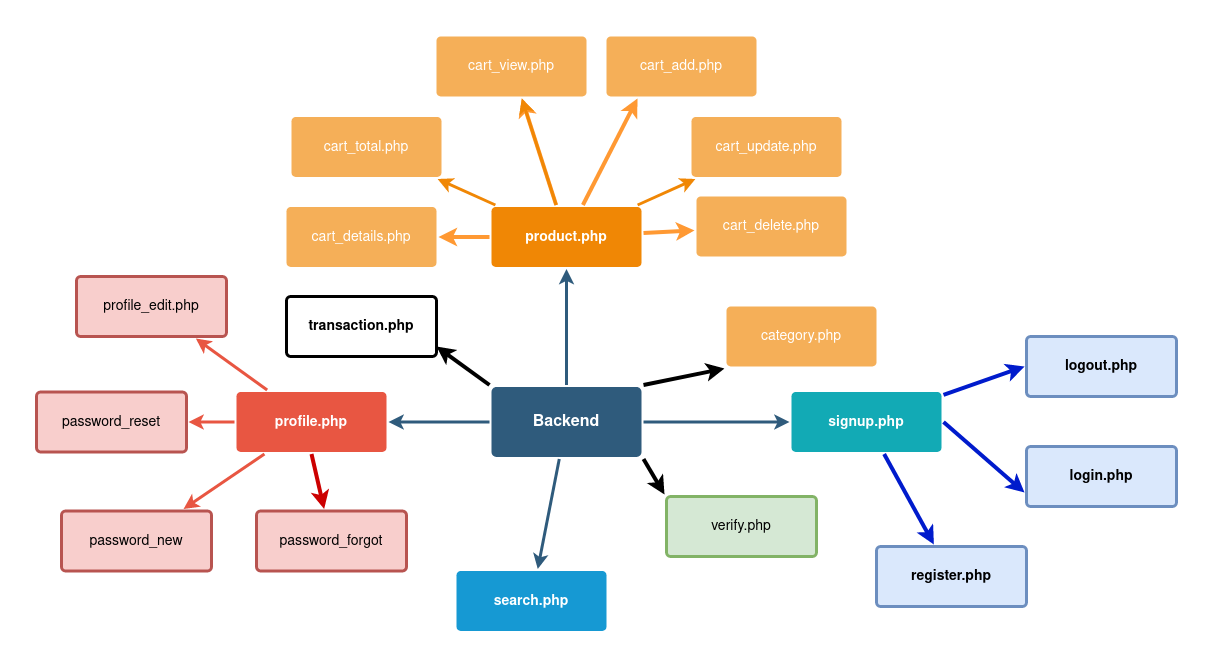
The draw.io diagram Backend.drawio.png in blackmen22/e-commerce-43120, before a commit. Source tidied: cells renumbered, new cells last; positions are measured from the earlier drawing's top-left corner, leaving out a move shared by most shapes.
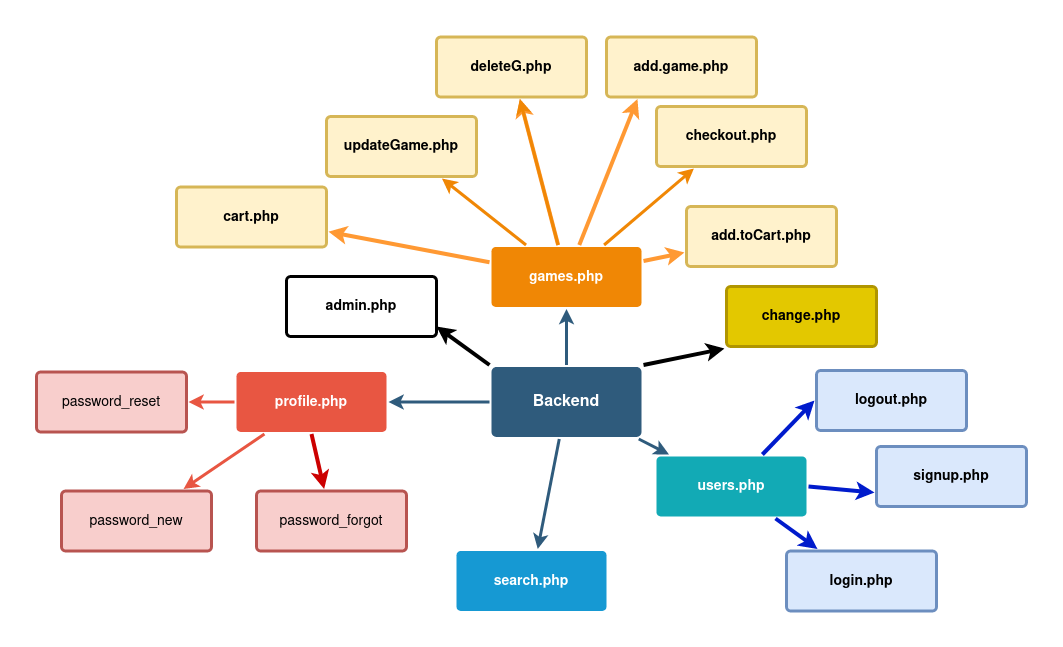
After the commit.

Change to the diagram source:
```diff
@@ -14,9 +14,6 @@
     <mxCell id="5" style="edgeStyle=none;rounded=0;jumpStyle=none;html=1;shadow=0;labelBackgroundColor=none;startArrow=none;startFill=0;endArrow=classic;endFill=1;jettySize=auto;strokeColor=#2F5B7C;strokeWidth=3;fontFamily=Helvetica;fontSize=16;fontColor=#23445D;spacing=5;" parent="1" edge="1" source="9" target="14">
       <mxGeometry relative="1" as="geometry" />
     </mxCell>
-    <mxCell id="6" style="edgeStyle=none;rounded=0;jettySize=auto;html=1;strokeWidth=4;exitX=1;exitY=1;exitDx=0;exitDy=0;entryX=0;entryY=0;entryDx=0;entryDy=0;" parent="1" edge="1" source="9" target="34">
-      <mxGeometry relative="1" as="geometry" />
-    </mxCell>
     <mxCell id="7" style="edgeStyle=none;rounded=0;jettySize=auto;html=1;exitX=1;exitY=0;exitDx=0;exitDy=0;entryX=0;entryY=1;entryDx=0;entryDy=0;strokeWidth=4;" parent="1" edge="1" source="9" target="35">
       <mxGeometry relative="1" as="geometry" />
     </mxCell>
@@ -28,9 +25,6 @@
     <mxCell id="9" value="Backend" style="rounded=1;whiteSpace=wrap;html=1;shadow=0;labelBackgroundColor=none;strokeColor=none;strokeWidth=3;fillColor=#2F5B7C;fontFamily=Helvetica;fontSize=16;fontColor=#FFFFFF;align=center;fontStyle=1;spacing=5;arcSize=7;perimeterSpacing=2;" parent="1" vertex="1">
       <mxGeometry x="455" y="350.5" width="150" height="70" as="geometry" />
     </mxCell>
-    <mxCell id="10" style="edgeStyle=none;rounded=1;jumpStyle=none;html=1;shadow=0;labelBackgroundColor=none;startArrow=none;startFill=0;jettySize=auto;strokeColor=#E85642;strokeWidth=3;fontFamily=Helvetica;fontSize=14;fontColor=#FFFFFF;spacing=5;fontStyle=1;fillColor=#b0e3e6;" parent="1" edge="1" source="14" target="17">
-      <mxGeometry relative="1" as="geometry" />
-    </mxCell>
     <mxCell id="11" style="edgeStyle=none;rounded=1;jumpStyle=none;html=1;shadow=0;labelBackgroundColor=none;startArrow=none;startFill=0;jettySize=auto;strokeColor=#E85642;strokeWidth=3;fontFamily=Helvetica;fontSize=14;fontColor=#FFFFFF;spacing=5;fontStyle=1;fillColor=#b0e3e6;" parent="1" edge="1" source="14" target="16">
       <mxGeometry relative="1" as="geometry" />
     </mxCell>
@@ -49,9 +43,6 @@
     <mxCell id="16" value="password_reset" style="rounded=1;whiteSpace=wrap;html=1;shadow=0;labelBackgroundColor=none;strokeColor=#b85450;strokeWidth=3;fillColor=#f8cecc;fontFamily=Helvetica;fontSize=14;align=center;spacing=5;fontStyle=0;arcSize=7;perimeterSpacing=2;" parent="1" vertex="1">
       <mxGeometry y="355.5" width="150" height="60" as="geometry" />
     </mxCell>
-    <mxCell id="17" value="profile_edit.php" style="rounded=1;whiteSpace=wrap;html=1;shadow=0;labelBackgroundColor=none;strokeColor=#b85450;strokeWidth=3;fillColor=#f8cecc;fontFamily=Helvetica;fontSize=14;align=center;spacing=5;fontStyle=0;arcSize=7;perimeterSpacing=2;" parent="1" vertex="1">
-      <mxGeometry x="40" y="240" width="150" height="60" as="geometry" />
-    </mxCell>
     <mxCell id="18" value="search.php" style="rounded=1;whiteSpace=wrap;html=1;shadow=0;labelBackgroundColor=none;strokeColor=none;strokeWidth=3;fillColor=#1699d3;fontFamily=Helvetica;fontSize=14;fontColor=#FFFFFF;align=center;spacing=5;fontStyle=1;arcSize=7;perimeterSpacing=2;" parent="1" vertex="1">
       <mxGeometry x="420" y="534.5" width="150" height="60" as="geometry" />
     </mxCell>
@@ -67,23 +58,23 @@
     <mxCell id="22" style="edgeStyle=none;rounded=0;jettySize=auto;html=1;entryX=0.214;entryY=1;entryDx=0;entryDy=0;entryPerimeter=0;strokeColor=#FF9933;strokeWidth=4;" parent="1" edge="1" source="23" target="41">
       <mxGeometry relative="1" as="geometry" />
     </mxCell>
-    <mxCell id="23" value="product.php" style="rounded=1;whiteSpace=wrap;html=1;shadow=0;labelBackgroundColor=none;strokeColor=none;strokeWidth=3;fillColor=#F08705;fontFamily=Helvetica;fontSize=14;fontColor=#FFFFFF;align=center;spacing=5;fontStyle=1;arcSize=7;perimeterSpacing=2;" parent="1" vertex="1">
-      <mxGeometry x="455" y="170.5" width="150" height="60" as="geometry" />
+    <mxCell id="23" value="games.php" style="rounded=1;whiteSpace=wrap;html=1;shadow=0;labelBackgroundColor=none;strokeColor=none;strokeWidth=3;fillColor=#F08705;fontFamily=Helvetica;fontSize=14;fontColor=#FFFFFF;align=center;spacing=5;fontStyle=1;arcSize=7;perimeterSpacing=2;" parent="1" vertex="1">
+      <mxGeometry x="455" y="230.5" width="150" height="60" as="geometry" />
     </mxCell>
-    <mxCell id="24" value="cart_update.php" style="rounded=1;whiteSpace=wrap;html=1;shadow=0;labelBackgroundColor=none;strokeColor=none;strokeWidth=3;fillColor=#f5af58;fontFamily=Helvetica;fontSize=14;fontColor=#FFFFFF;align=center;spacing=5;arcSize=7;perimeterSpacing=2;" parent="1" vertex="1">
-      <mxGeometry x="655" y="80.5" width="150" height="60" as="geometry" />
+    <mxCell id="24" value="&lt;b&gt;checkout.php&lt;/b&gt;" style="rounded=1;whiteSpace=wrap;html=1;shadow=0;labelBackgroundColor=none;strokeColor=#d6b656;strokeWidth=3;fillColor=#fff2cc;fontFamily=Helvetica;fontSize=14;align=center;spacing=5;arcSize=7;perimeterSpacing=2;" parent="1" vertex="1">
+      <mxGeometry x="620" y="90" width="150" height="60" as="geometry" />
     </mxCell>
     <mxCell id="25" style="edgeStyle=none;rounded=0;jumpStyle=none;html=1;shadow=0;labelBackgroundColor=none;startArrow=none;startFill=0;endArrow=classic;endFill=1;jettySize=auto;strokeColor=#F08705;strokeWidth=3;fontFamily=Helvetica;fontSize=14;fontColor=#FFFFFF;spacing=5;" parent="1" edge="1" source="23" target="24">
       <mxGeometry relative="1" as="geometry" />
     </mxCell>
-    <mxCell id="26" value="cart_view.php" style="rounded=1;whiteSpace=wrap;html=1;shadow=0;labelBackgroundColor=none;strokeColor=none;strokeWidth=3;fillColor=#f5af58;fontFamily=Helvetica;fontSize=14;fontColor=#FFFFFF;align=center;spacing=5;arcSize=7;perimeterSpacing=2;" parent="1" vertex="1">
-      <mxGeometry x="400" width="150" height="60" as="geometry" />
+    <mxCell id="26" value="&lt;b&gt;deleteG.php&lt;/b&gt;" style="rounded=1;whiteSpace=wrap;html=1;shadow=0;labelBackgroundColor=none;strokeColor=#d6b656;strokeWidth=3;fillColor=#fff2cc;fontFamily=Helvetica;fontSize=14;align=center;spacing=5;arcSize=7;perimeterSpacing=2;" parent="1" vertex="1">
+      <mxGeometry x="400" y="20.5" width="150" height="60" as="geometry" />
     </mxCell>
     <mxCell id="27" style="edgeStyle=none;rounded=0;jumpStyle=none;html=1;shadow=0;labelBackgroundColor=none;startArrow=none;startFill=0;endArrow=classic;endFill=1;jettySize=auto;strokeColor=#F08705;strokeWidth=3;fontFamily=Helvetica;fontSize=14;fontColor=#FFFFFF;spacing=5;" parent="1" edge="1" source="23" target="26">
       <mxGeometry relative="1" as="geometry" />
     </mxCell>
-    <mxCell id="28" value="cart_total.php" style="rounded=1;whiteSpace=wrap;html=1;shadow=0;labelBackgroundColor=none;strokeColor=none;strokeWidth=3;fillColor=#f5af58;fontFamily=Helvetica;fontSize=14;fontColor=#FFFFFF;align=center;spacing=5;arcSize=7;perimeterSpacing=2;" parent="1" vertex="1">
-      <mxGeometry x="255" y="80.5" width="150" height="60" as="geometry" />
+    <mxCell id="28" value="&lt;b&gt;updateGame.php&lt;/b&gt;" style="rounded=1;whiteSpace=wrap;html=1;shadow=0;labelBackgroundColor=none;strokeColor=#d6b656;strokeWidth=3;fillColor=#fff2cc;fontFamily=Helvetica;fontSize=14;align=center;spacing=5;arcSize=7;perimeterSpacing=2;" parent="1" vertex="1">
+      <mxGeometry x="290" y="100" width="150" height="60" as="geometry" />
     </mxCell>
     <mxCell id="29" style="edgeStyle=none;rounded=0;jumpStyle=none;html=1;shadow=0;labelBackgroundColor=none;startArrow=none;startFill=0;endArrow=classic;endFill=1;jettySize=auto;strokeColor=#F08705;strokeWidth=3;fontFamily=Helvetica;fontSize=14;fontColor=#FFFFFF;spacing=5;" parent="1" edge="1" source="23" target="28">
       <mxGeometry relative="1" as="geometry" />
@@ -97,37 +88,34 @@
     <mxCell id="32" style="edgeStyle=none;rounded=0;jettySize=auto;html=1;strokeColor=#001BCC;strokeWidth=4;" parent="1" edge="1" source="33" target="42">
       <mxGeometry relative="1" as="geometry" />
     </mxCell>
-    <mxCell id="33" value="signup.php" style="rounded=1;whiteSpace=wrap;html=1;shadow=0;labelBackgroundColor=none;strokeColor=none;strokeWidth=3;fillColor=#12aab5;fontFamily=Helvetica;fontSize=14;fontColor=#FFFFFF;align=center;spacing=5;fontStyle=1;arcSize=7;perimeterSpacing=2;" parent="1" vertex="1">
-      <mxGeometry x="755" y="355.5" width="150" height="60" as="geometry" />
+    <mxCell id="33" value="users.php" style="rounded=1;whiteSpace=wrap;html=1;shadow=0;labelBackgroundColor=none;strokeColor=none;strokeWidth=3;fillColor=#12aab5;fontFamily=Helvetica;fontSize=14;fontColor=#FFFFFF;align=center;spacing=5;fontStyle=1;arcSize=7;perimeterSpacing=2;" parent="1" vertex="1">
+      <mxGeometry x="620" y="440" width="150" height="60" as="geometry" />
     </mxCell>
-    <mxCell id="34" value="verify.php" style="rounded=1;whiteSpace=wrap;html=1;shadow=0;labelBackgroundColor=none;strokeColor=#82b366;strokeWidth=3;fillColor=#d5e8d4;fontFamily=Helvetica;fontSize=14;align=center;spacing=5;fontStyle=0;arcSize=7;perimeterSpacing=2;" parent="1" vertex="1">
-      <mxGeometry x="630" y="460" width="150" height="60" as="geometry" />
-    </mxCell>
-    <mxCell id="35" value="category.php" style="rounded=1;whiteSpace=wrap;html=1;shadow=0;labelBackgroundColor=none;strokeColor=none;strokeWidth=3;fillColor=#f5af58;fontFamily=Helvetica;fontSize=14;fontColor=#FFFFFF;align=center;spacing=5;arcSize=7;perimeterSpacing=2;" parent="1" vertex="1">
+    <mxCell id="35" value="&lt;b&gt;change.php&lt;/b&gt;" style="rounded=1;whiteSpace=wrap;html=1;shadow=0;labelBackgroundColor=none;strokeWidth=3;fontFamily=Helvetica;fontSize=14;align=center;spacing=5;arcSize=7;perimeterSpacing=2;fillColor=#e3c800;fontColor=#000000;strokeColor=#B09500;" parent="1" vertex="1">
       <mxGeometry x="690" y="270" width="150" height="60" as="geometry" />
     </mxCell>
     <mxCell id="36" value="password_forgot" style="rounded=1;whiteSpace=wrap;html=1;shadow=0;labelBackgroundColor=none;strokeColor=#b85450;strokeWidth=3;fillColor=#f8cecc;fontFamily=Helvetica;fontSize=14;align=center;spacing=5;arcSize=7;perimeterSpacing=2;" parent="1" vertex="1">
       <mxGeometry x="220" y="474.5" width="150" height="60" as="geometry" />
     </mxCell>
-    <mxCell id="37" value="login.php" style="rounded=1;whiteSpace=wrap;html=1;shadow=0;labelBackgroundColor=none;strokeColor=#6c8ebf;strokeWidth=3;fillColor=#dae8fc;fontFamily=Helvetica;fontSize=14;align=center;spacing=5;fontStyle=1;arcSize=7;perimeterSpacing=2;" parent="1" vertex="1">
-      <mxGeometry x="990" y="410" width="150" height="60" as="geometry" />
+    <mxCell id="37" value="signup.php" style="rounded=1;whiteSpace=wrap;html=1;shadow=0;labelBackgroundColor=none;strokeColor=#6c8ebf;strokeWidth=3;fillColor=#dae8fc;fontFamily=Helvetica;fontSize=14;align=center;spacing=5;fontStyle=1;arcSize=7;perimeterSpacing=2;" parent="1" vertex="1">
+      <mxGeometry x="840" y="430" width="150" height="60" as="geometry" />
     </mxCell>
     <mxCell id="38" value="logout.php" style="rounded=1;whiteSpace=wrap;html=1;shadow=0;labelBackgroundColor=none;strokeColor=#6c8ebf;strokeWidth=3;fillColor=#dae8fc;fontFamily=Helvetica;fontSize=14;align=center;spacing=5;fontStyle=1;arcSize=7;perimeterSpacing=2;" parent="1" vertex="1">
-      <mxGeometry x="990" y="300" width="150" height="60" as="geometry" />
+      <mxGeometry x="780" y="354" width="150" height="60" as="geometry" />
     </mxCell>
-    <mxCell id="39" value="cart_details.php" style="rounded=1;whiteSpace=wrap;html=1;shadow=0;labelBackgroundColor=none;strokeColor=none;strokeWidth=3;fillColor=#f5af58;fontFamily=Helvetica;fontSize=14;fontColor=#FFFFFF;align=center;spacing=5;arcSize=7;perimeterSpacing=2;" parent="1" vertex="1">
-      <mxGeometry x="250" y="170.5" width="150" height="60" as="geometry" />
+    <mxCell id="39" value="&lt;b&gt;cart.php&lt;/b&gt;" style="rounded=1;whiteSpace=wrap;html=1;shadow=0;labelBackgroundColor=none;strokeColor=#d6b656;strokeWidth=3;fillColor=#fff2cc;fontFamily=Helvetica;fontSize=14;align=center;spacing=5;arcSize=7;perimeterSpacing=2;" parent="1" vertex="1">
+      <mxGeometry x="140" y="170.5" width="150" height="60" as="geometry" />
     </mxCell>
-    <mxCell id="40" value="cart_delete.php" style="rounded=1;whiteSpace=wrap;html=1;shadow=0;labelBackgroundColor=none;strokeColor=none;strokeWidth=3;fillColor=#f5af58;fontFamily=Helvetica;fontSize=14;fontColor=#FFFFFF;align=center;spacing=5;arcSize=7;perimeterSpacing=2;" parent="1" vertex="1">
-      <mxGeometry x="660" y="160" width="150" height="60" as="geometry" />
+    <mxCell id="40" value="&lt;b&gt;add.toCart.php&lt;/b&gt;" style="rounded=1;whiteSpace=wrap;html=1;shadow=0;labelBackgroundColor=none;strokeColor=#d6b656;strokeWidth=3;fillColor=#fff2cc;fontFamily=Helvetica;fontSize=14;align=center;spacing=5;arcSize=7;perimeterSpacing=2;" parent="1" vertex="1">
+      <mxGeometry x="650" y="190" width="150" height="60" as="geometry" />
     </mxCell>
-    <mxCell id="41" value="cart_add.php" style="rounded=1;whiteSpace=wrap;html=1;shadow=0;labelBackgroundColor=none;strokeColor=none;strokeWidth=3;fillColor=#f5af58;fontFamily=Helvetica;fontSize=14;fontColor=#FFFFFF;align=center;spacing=5;arcSize=7;perimeterSpacing=2;" parent="1" vertex="1">
-      <mxGeometry x="570" width="150" height="60" as="geometry" />
+    <mxCell id="41" value="&lt;b&gt;add.game.php&lt;/b&gt;" style="rounded=1;whiteSpace=wrap;html=1;shadow=0;labelBackgroundColor=none;strokeColor=#d6b656;strokeWidth=3;fillColor=#fff2cc;fontFamily=Helvetica;fontSize=14;align=center;spacing=5;arcSize=7;perimeterSpacing=2;" parent="1" vertex="1">
+      <mxGeometry x="570" y="20.5" width="150" height="60" as="geometry" />
     </mxCell>
-    <mxCell id="42" value="register.php" style="rounded=1;whiteSpace=wrap;html=1;shadow=0;labelBackgroundColor=none;strokeColor=#6c8ebf;strokeWidth=3;fillColor=#dae8fc;fontFamily=Helvetica;fontSize=14;align=center;spacing=5;fontStyle=1;arcSize=7;perimeterSpacing=2;" parent="1" vertex="1">
-      <mxGeometry x="840" y="510" width="150" height="60" as="geometry" />
+    <mxCell id="42" value="login.php" style="rounded=1;whiteSpace=wrap;html=1;shadow=0;labelBackgroundColor=none;strokeColor=#6c8ebf;strokeWidth=3;fillColor=#dae8fc;fontFamily=Helvetica;fontSize=14;align=center;spacing=5;fontStyle=1;arcSize=7;perimeterSpacing=2;" parent="1" vertex="1">
+      <mxGeometry x="750" y="534.5" width="150" height="60" as="geometry" />
     </mxCell>
-    <mxCell id="43" value="transaction.php" style="rounded=1;whiteSpace=wrap;html=1;shadow=0;labelBackgroundColor=none;strokeWidth=3;fontFamily=Helvetica;fontSize=14;align=center;spacing=5;fontStyle=1;arcSize=7;perimeterSpacing=2;" parent="1" vertex="1">
+    <mxCell id="43" value="admin.php" style="rounded=1;whiteSpace=wrap;html=1;shadow=0;labelBackgroundColor=none;strokeWidth=3;fontFamily=Helvetica;fontSize=14;align=center;spacing=5;fontStyle=1;arcSize=7;perimeterSpacing=2;" parent="1" vertex="1">
       <mxGeometry x="250" y="260" width="150" height="60" as="geometry" />
     </mxCell>
   </root>
```
